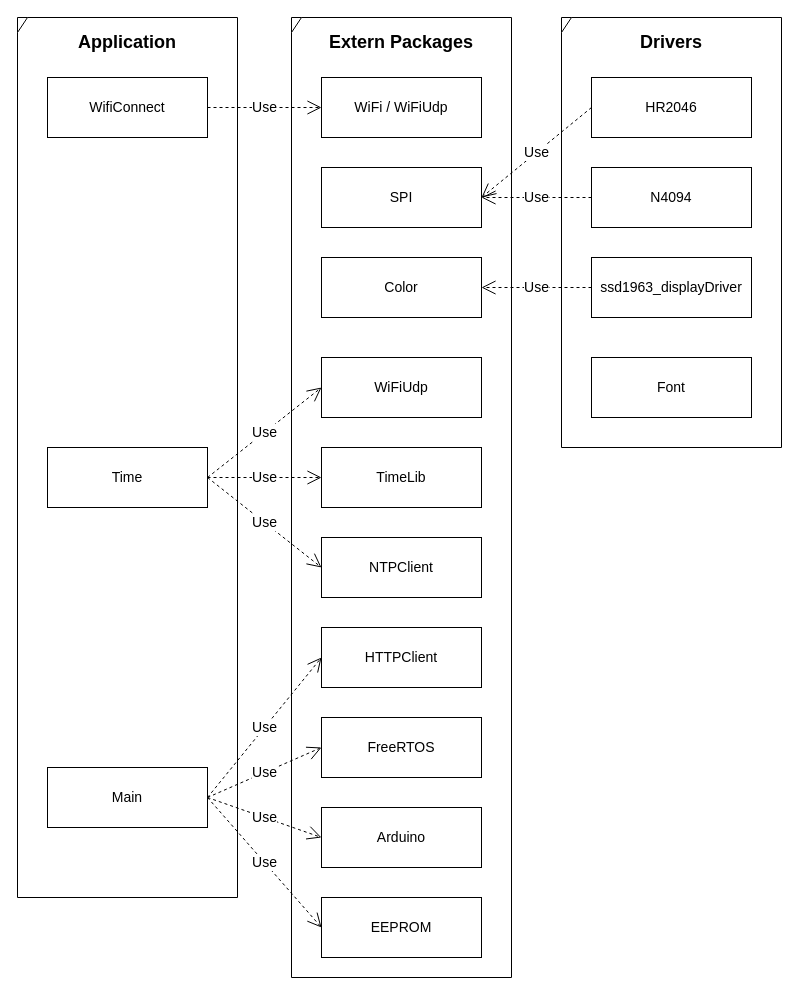
Above: Rapport/Arkitektur/AMS_SW_arkitektur.drawio in flamefir/AMS-Final-Project (draw.io), before the change. Source tidied: cells renumbered, new cells numbered last; positions are measured from the earlier drawing's top-left corner, leaving out a move shared by most shapes. Both pictures are drawn from the tidied source at 100%, with x=0, y=0 at pixel (17, 17).
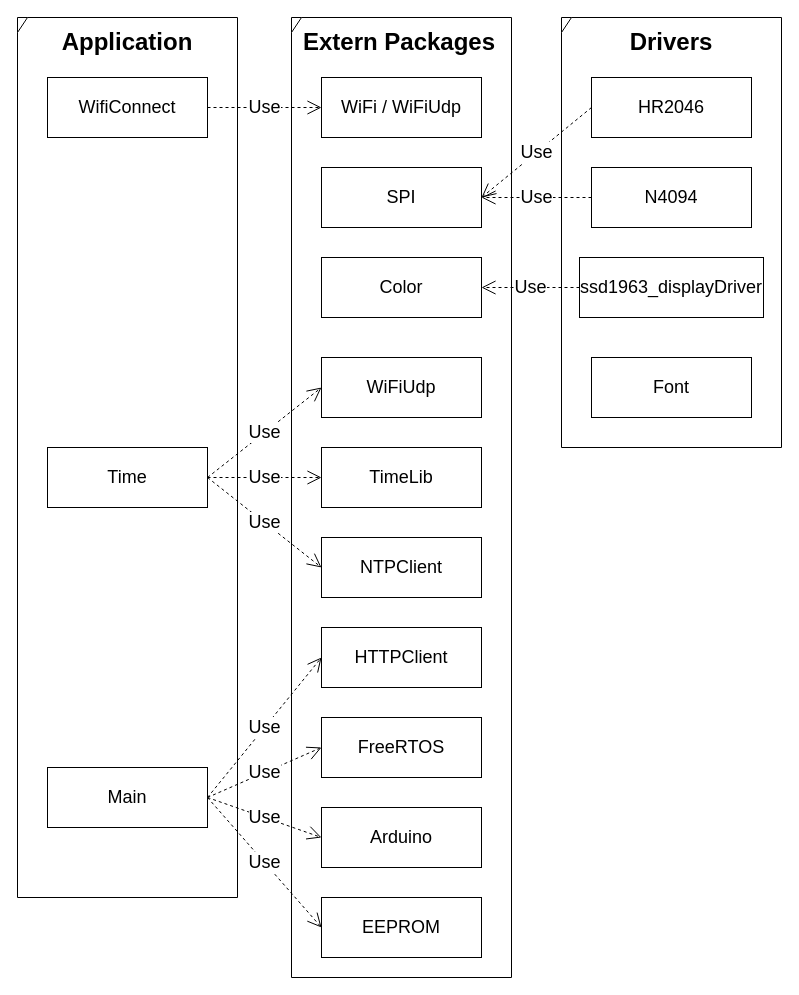
Above is the later version.

Diff of the diagram source:
```diff
@@
-    <mxCell id="2" value="WifiConnect" style="rounded=0;whiteSpace=wrap;html=1;fontSize=14;" parent="1" vertex="1">
+    <mxCell id="2" value="WifiConnect" style="rounded=0;whiteSpace=wrap;html=1;fontSize=18;" parent="1" vertex="1">
       <mxGeometry x="30" y="60" width="160" height="60" as="geometry" />
     </mxCell>
-    <mxCell id="3" value="&lt;b&gt;&lt;font style=&quot;font-size: 18px;&quot;&gt;Application&lt;/font&gt;&lt;/b&gt;" style="text;html=1;strokeColor=none;fillColor=none;align=center;verticalAlign=middle;whiteSpace=wrap;rounded=0;" parent="1" vertex="1">
+    <mxCell id="3" value="&lt;b style=&quot;font-size: 24px;&quot;&gt;&lt;font style=&quot;font-size: 24px;&quot;&gt;Application&lt;/font&gt;&lt;/b&gt;" style="text;html=1;strokeColor=none;fillColor=none;align=center;verticalAlign=middle;whiteSpace=wrap;rounded=0;fontSize=24;" parent="1" vertex="1">
       <mxGeometry x="80" y="10" width="60" height="30" as="geometry" />
     </mxCell>
-    <mxCell id="4" value="&lt;span style=&quot;font-size: 18px;&quot;&gt;&lt;b&gt;Drivers&lt;/b&gt;&lt;/span&gt;" style="text;html=1;strokeColor=none;fillColor=none;align=center;verticalAlign=middle;whiteSpace=wrap;rounded=0;" parent="1" vertex="1">
+    <mxCell id="4" value="&lt;span style=&quot;font-size: 24px;&quot;&gt;&lt;b style=&quot;font-size: 24px;&quot;&gt;Drivers&lt;/b&gt;&lt;/span&gt;" style="text;html=1;strokeColor=none;fillColor=none;align=center;verticalAlign=middle;whiteSpace=wrap;rounded=0;fontSize=24;" parent="1" vertex="1">
       <mxGeometry x="624" y="10" width="60" height="30" as="geometry" />
     </mxCell>
-    <mxCell id="5" value="ssd1963_displayDriver" style="rounded=0;whiteSpace=wrap;html=1;fontSize=14;" parent="1" vertex="1">
-      <mxGeometry x="574" y="240" width="160" height="60" as="geometry" />
+    <mxCell id="5" value="ssd1963_displayDriver" style="rounded=0;whiteSpace=wrap;html=1;fontSize=18;" parent="1" vertex="1">
+      <mxGeometry x="562" y="240" width="184" height="60" as="geometry" />
     </mxCell>
-    <mxCell id="6" value="HR2046" style="rounded=0;whiteSpace=wrap;html=1;fontSize=14;" parent="1" vertex="1">
+    <mxCell id="6" value="HR2046" style="rounded=0;whiteSpace=wrap;html=1;fontSize=18;" parent="1" vertex="1">
       <mxGeometry x="574" y="60" width="160" height="60" as="geometry" />
     </mxCell>
-    <mxCell id="7" value="N4094" style="rounded=0;whiteSpace=wrap;html=1;fontSize=14;" parent="1" vertex="1">
+    <mxCell id="7" value="N4094" style="rounded=0;whiteSpace=wrap;html=1;fontSize=18;" parent="1" vertex="1">
       <mxGeometry x="574" y="150" width="160" height="60" as="geometry" />
     </mxCell>
-    <mxCell id="8" value="WiFi / WiFiUdp" style="rounded=0;whiteSpace=wrap;html=1;fontSize=14;" parent="1" vertex="1">
+    <mxCell id="8" value="WiFi / WiFiUdp" style="rounded=0;whiteSpace=wrap;html=1;fontSize=18;" parent="1" vertex="1">
       <mxGeometry x="304" y="60" width="160" height="60" as="geometry" />
     </mxCell>
-    <mxCell id="9" value="&lt;b&gt;&lt;font style=&quot;font-size: 18px;&quot;&gt;Extern Packages&lt;/font&gt;&lt;/b&gt;" style="text;html=1;strokeColor=none;fillColor=none;align=center;verticalAlign=middle;whiteSpace=wrap;rounded=0;" parent="1" vertex="1">
-      <mxGeometry x="296" y="10" width="176" height="30" as="geometry" />
+    <mxCell id="9" value="&lt;b style=&quot;font-size: 24px;&quot;&gt;&lt;font style=&quot;font-size: 24px;&quot;&gt;Extern Packages&lt;/font&gt;&lt;/b&gt;" style="text;html=1;strokeColor=none;fillColor=none;align=center;verticalAlign=middle;whiteSpace=wrap;rounded=0;fontSize=24;" parent="1" vertex="1">
+      <mxGeometry x="271" y="10" width="222" height="30" as="geometry" />
     </mxCell>
-    <mxCell id="10" value="SPI" style="rounded=0;whiteSpace=wrap;html=1;fontSize=14;" parent="1" vertex="1">
+    <mxCell id="10" value="SPI" style="rounded=0;whiteSpace=wrap;html=1;fontSize=18;" parent="1" vertex="1">
       <mxGeometry x="304" y="150" width="160" height="60" as="geometry" />
     </mxCell>
-    <mxCell id="11" value="Color" style="rounded=0;whiteSpace=wrap;html=1;fontSize=14;" parent="1" vertex="1">
+    <mxCell id="11" value="Color" style="rounded=0;whiteSpace=wrap;html=1;fontSize=18;" parent="1" vertex="1">
       <mxGeometry x="304" y="240" width="160" height="60" as="geometry" />
     </mxCell>
-    <mxCell id="12" value="Use" style="endArrow=open;endSize=12;dashed=1;html=1;rounded=0;entryX=1;entryY=0.5;entryDx=0;entryDy=0;exitX=0;exitY=0.5;exitDx=0;exitDy=0;fontSize=14;" parent="1" edge="1" source="6" target="10">
+    <mxCell id="12" value="Use" style="endArrow=open;endSize=12;dashed=1;html=1;rounded=0;entryX=1;entryY=0.5;entryDx=0;entryDy=0;exitX=0;exitY=0.5;exitDx=0;exitDy=0;fontSize=18;" parent="1" edge="1" source="6" target="10">
       <mxGeometry relative="1" as="geometry" />
     </mxCell>
-    <mxCell id="13" value="Use" style="endArrow=open;endSize=12;dashed=1;html=1;rounded=0;entryX=1;entryY=0.5;entryDx=0;entryDy=0;exitX=0;exitY=0.5;exitDx=0;exitDy=0;fontSize=14;" parent="1" edge="1" source="7" target="10">
+    <mxCell id="13" value="Use" style="endArrow=open;endSize=12;dashed=1;html=1;rounded=0;entryX=1;entryY=0.5;entryDx=0;entryDy=0;exitX=0;exitY=0.5;exitDx=0;exitDy=0;fontSize=18;" parent="1" edge="1" source="7" target="10">
       <mxGeometry relative="1" as="geometry" />
     </mxCell>
-    <mxCell id="14" value="Time" style="rounded=0;whiteSpace=wrap;html=1;fontSize=14;" parent="1" vertex="1">
+    <mxCell id="14" value="Time" style="rounded=0;whiteSpace=wrap;html=1;fontSize=18;" parent="1" vertex="1">
       <mxGeometry x="30" y="430" width="160" height="60" as="geometry" />
     </mxCell>
-    <mxCell id="15" value="Font" style="rounded=0;whiteSpace=wrap;html=1;fontSize=14;" parent="1" vertex="1">
+    <mxCell id="15" value="Font" style="rounded=0;whiteSpace=wrap;html=1;fontSize=18;" parent="1" vertex="1">
       <mxGeometry x="574" y="340" width="160" height="60" as="geometry" />
     </mxCell>
-    <mxCell id="16" value="Use" style="endArrow=open;endSize=12;dashed=1;html=1;rounded=0;entryX=0;entryY=0.5;entryDx=0;entryDy=0;exitX=1;exitY=0.5;exitDx=0;exitDy=0;fontSize=14;" parent="1" edge="1" source="2" target="8">
+    <mxCell id="16" value="Use" style="endArrow=open;endSize=12;dashed=1;html=1;rounded=0;entryX=0;entryY=0.5;entryDx=0;entryDy=0;exitX=1;exitY=0.5;exitDx=0;exitDy=0;fontSize=18;" parent="1" edge="1" source="2" target="8">
       <mxGeometry relative="1" as="geometry" />
     </mxCell>
-    <mxCell id="17" style="shape=umlFrame;whiteSpace=wrap;html=1;width=10;height=15;" parent="1" vertex="1">
+    <mxCell id="17" style="shape=umlFrame;whiteSpace=wrap;html=1;width=10;height=15;fontSize=18;" parent="1" vertex="1">
       <mxGeometry width="220" height="880" as="geometry" />
     </mxCell>
-    <mxCell id="18" value="Use" style="endArrow=open;endSize=12;dashed=1;html=1;rounded=0;entryX=1;entryY=0.5;entryDx=0;entryDy=0;exitX=0;exitY=0.5;exitDx=0;exitDy=0;fontSize=14;" parent="1" edge="1" source="5" target="11">
+    <mxCell id="18" value="Use" style="endArrow=open;endSize=12;dashed=1;html=1;rounded=0;entryX=1;entryY=0.5;entryDx=0;entryDy=0;exitX=0;exitY=0.5;exitDx=0;exitDy=0;fontSize=18;" parent="1" edge="1" source="5" target="11">
       <mxGeometry relative="1" as="geometry" />
     </mxCell>
-    <mxCell id="19" style="shape=umlFrame;whiteSpace=wrap;html=1;width=10;height=15;" parent="1" vertex="1">
+    <mxCell id="19" style="shape=umlFrame;whiteSpace=wrap;html=1;width=10;height=15;fontSize=18;" parent="1" vertex="1">
       <mxGeometry x="274" width="220" height="960" as="geometry" />
     </mxCell>
-    <mxCell id="20" style="shape=umlFrame;whiteSpace=wrap;html=1;width=10;height=15;" parent="1" vertex="1">
+    <mxCell id="20" style="shape=umlFrame;whiteSpace=wrap;html=1;width=10;height=15;fontSize=18;" parent="1" vertex="1">
       <mxGeometry x="544" width="220" height="430" as="geometry" />
     </mxCell>
-    <mxCell id="21" value="Main" style="rounded=0;whiteSpace=wrap;html=1;fontSize=14;" parent="1" vertex="1">
+    <mxCell id="21" value="Main" style="rounded=0;whiteSpace=wrap;html=1;fontSize=18;" parent="1" vertex="1">
       <mxGeometry x="30" y="750" width="160" height="60" as="geometry" />
     </mxCell>
-    <mxCell id="22" value="TimeLib" style="rounded=0;whiteSpace=wrap;html=1;fontSize=14;" parent="1" vertex="1">
+    <mxCell id="22" value="TimeLib" style="rounded=0;whiteSpace=wrap;html=1;fontSize=18;" parent="1" vertex="1">
       <mxGeometry x="304" y="430" width="160" height="60" as="geometry" />
     </mxCell>
-    <mxCell id="23" value="HTTPClient" style="rounded=0;whiteSpace=wrap;html=1;fontSize=14;" parent="1" vertex="1">
+    <mxCell id="23" value="HTTPClient" style="rounded=0;whiteSpace=wrap;html=1;fontSize=18;" parent="1" vertex="1">
       <mxGeometry x="304" y="610" width="160" height="60" as="geometry" />
     </mxCell>
-    <mxCell id="24" value="Use" style="endArrow=open;endSize=12;dashed=1;html=1;rounded=0;entryX=0;entryY=0.5;entryDx=0;entryDy=0;exitX=1;exitY=0.5;exitDx=0;exitDy=0;fontSize=14;" parent="1" edge="1" source="21" target="23">
+    <mxCell id="24" value="Use" style="endArrow=open;endSize=12;dashed=1;html=1;rounded=0;entryX=0;entryY=0.5;entryDx=0;entryDy=0;exitX=1;exitY=0.5;exitDx=0;exitDy=0;fontSize=18;" parent="1" edge="1" source="21" target="23">
       <mxGeometry relative="1" as="geometry" />
     </mxCell>
-    <mxCell id="25" value="Use" style="endArrow=open;endSize=12;dashed=1;html=1;rounded=0;entryX=0;entryY=0.5;entryDx=0;entryDy=0;exitX=1;exitY=0.5;exitDx=0;exitDy=0;fontSize=14;" parent="1" edge="1" source="14" target="22">
+    <mxCell id="25" value="Use" style="endArrow=open;endSize=12;dashed=1;html=1;rounded=0;entryX=0;entryY=0.5;entryDx=0;entryDy=0;exitX=1;exitY=0.5;exitDx=0;exitDy=0;fontSize=18;" parent="1" edge="1" source="14" target="22">
       <mxGeometry relative="1" as="geometry" />
     </mxCell>
-    <mxCell id="26" value="FreeRTOS" style="rounded=0;whiteSpace=wrap;html=1;fontSize=14;" parent="1" vertex="1">
+    <mxCell id="26" value="FreeRTOS" style="rounded=0;whiteSpace=wrap;html=1;fontSize=18;" parent="1" vertex="1">
       <mxGeometry x="304" y="700" width="160" height="60" as="geometry" />
     </mxCell>
-    <mxCell id="27" value="Use" style="endArrow=open;endSize=12;dashed=1;html=1;rounded=0;entryX=0;entryY=0.5;entryDx=0;entryDy=0;exitX=1;exitY=0.5;exitDx=0;exitDy=0;fontSize=14;" parent="1" edge="1" source="21" target="26">
+    <mxCell id="27" value="Use" style="endArrow=open;endSize=12;dashed=1;html=1;rounded=0;entryX=0;entryY=0.5;entryDx=0;entryDy=0;exitX=1;exitY=0.5;exitDx=0;exitDy=0;fontSize=18;" parent="1" edge="1" source="21" target="26">
       <mxGeometry relative="1" as="geometry" />
     </mxCell>
-    <mxCell id="28" value="Use" style="endArrow=open;endSize=12;dashed=1;html=1;rounded=0;entryX=0;entryY=0.5;entryDx=0;entryDy=0;exitX=1;exitY=0.5;exitDx=0;exitDy=0;fontSize=14;" parent="1" edge="1" source="14" target="32">
+    <mxCell id="28" value="Use" style="endArrow=open;endSize=12;dashed=1;html=1;rounded=0;entryX=0;entryY=0.5;entryDx=0;entryDy=0;exitX=1;exitY=0.5;exitDx=0;exitDy=0;fontSize=18;" parent="1" edge="1" source="14" target="32">
       <mxGeometry relative="1" as="geometry" />
     </mxCell>
-    <mxCell id="29" value="NTPClient" style="rounded=0;whiteSpace=wrap;html=1;fontSize=14;" parent="1" vertex="1">
+    <mxCell id="29" value="NTPClient" style="rounded=0;whiteSpace=wrap;html=1;fontSize=18;" parent="1" vertex="1">
       <mxGeometry x="304" y="520" width="160" height="60" as="geometry" />
     </mxCell>
-    <mxCell id="30" value="Use" style="endArrow=open;endSize=12;dashed=1;html=1;rounded=0;entryX=0;entryY=0.5;entryDx=0;entryDy=0;exitX=1;exitY=0.5;exitDx=0;exitDy=0;fontSize=14;" parent="1" edge="1" source="14" target="29">
+    <mxCell id="30" value="Use" style="endArrow=open;endSize=12;dashed=1;html=1;rounded=0;entryX=0;entryY=0.5;entryDx=0;entryDy=0;exitX=1;exitY=0.5;exitDx=0;exitDy=0;fontSize=18;" parent="1" edge="1" source="14" target="29">
       <mxGeometry relative="1" as="geometry" />
     </mxCell>
-    <mxCell id="31" value="Arduino" style="rounded=0;whiteSpace=wrap;html=1;fontSize=14;" parent="1" vertex="1">
+    <mxCell id="31" value="Arduino" style="rounded=0;whiteSpace=wrap;html=1;fontSize=18;" parent="1" vertex="1">
       <mxGeometry x="304" y="790" width="160" height="60" as="geometry" />
     </mxCell>
-    <mxCell id="32" value="WiFiUdp" style="rounded=0;whiteSpace=wrap;html=1;fontSize=14;" parent="1" vertex="1">
+    <mxCell id="32" value="WiFiUdp" style="rounded=0;whiteSpace=wrap;html=1;fontSize=18;" parent="1" vertex="1">
       <mxGeometry x="304" y="340" width="160" height="60" as="geometry" />
     </mxCell>
-    <mxCell id="33" value="Use" style="endArrow=open;endSize=12;dashed=1;html=1;rounded=0;entryX=0;entryY=0.5;entryDx=0;entryDy=0;exitX=1;exitY=0.5;exitDx=0;exitDy=0;fontSize=14;" parent="1" edge="1" source="21" target="31">
+    <mxCell id="33" value="Use" style="endArrow=open;endSize=12;dashed=1;html=1;rounded=0;entryX=0;entryY=0.5;entryDx=0;entryDy=0;exitX=1;exitY=0.5;exitDx=0;exitDy=0;fontSize=18;" parent="1" edge="1" source="21" target="31">
       <mxGeometry relative="1" as="geometry" />
     </mxCell>
-    <mxCell id="34" value="EEPROM" style="rounded=0;whiteSpace=wrap;html=1;fontSize=14;" parent="1" vertex="1">
+    <mxCell id="34" value="EEPROM" style="rounded=0;whiteSpace=wrap;html=1;fontSize=18;" parent="1" vertex="1">
       <mxGeometry x="304" y="880" width="160" height="60" as="geometry" />
     </mxCell>
-    <mxCell id="35" value="Use" style="endArrow=open;endSize=12;dashed=1;html=1;rounded=0;entryX=0;entryY=0.5;entryDx=0;entryDy=0;exitX=1;exitY=0.5;exitDx=0;exitDy=0;fontSize=14;" parent="1" edge="1" source="21" target="34">
+    <mxCell id="35" value="Use" style="endArrow=open;endSize=12;dashed=1;html=1;rounded=0;entryX=0;entryY=0.5;entryDx=0;entryDy=0;exitX=1;exitY=0.5;exitDx=0;exitDy=0;fontSize=18;" parent="1" edge="1" source="21" target="34">
       <mxGeometry relative="1" as="geometry" />
     </mxCell>
```
